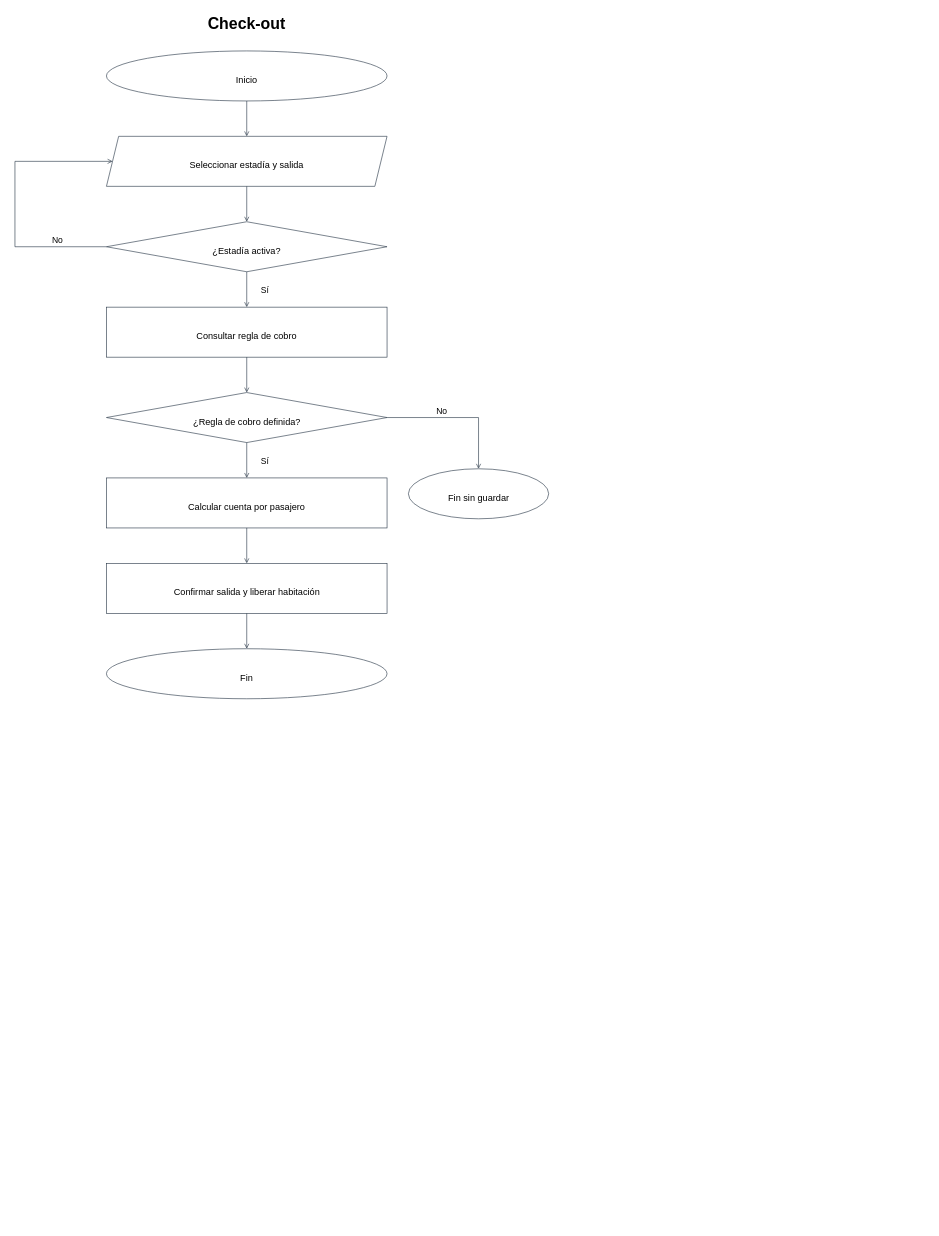
Yutre3/hotel-duerme-bien keeps this draw.io diagram as diagramas-editables/flujo-check-out.drawio. Above is the earlier version. Source tidied: cells renumbered, new cells numbered last; positions are measured from the earlier drawing's top-left corner, leaving out a move shared by most shapes. Both pictures are drawn from the tidied source at 61%, with x=0, y=0 at pixel (15, 10).
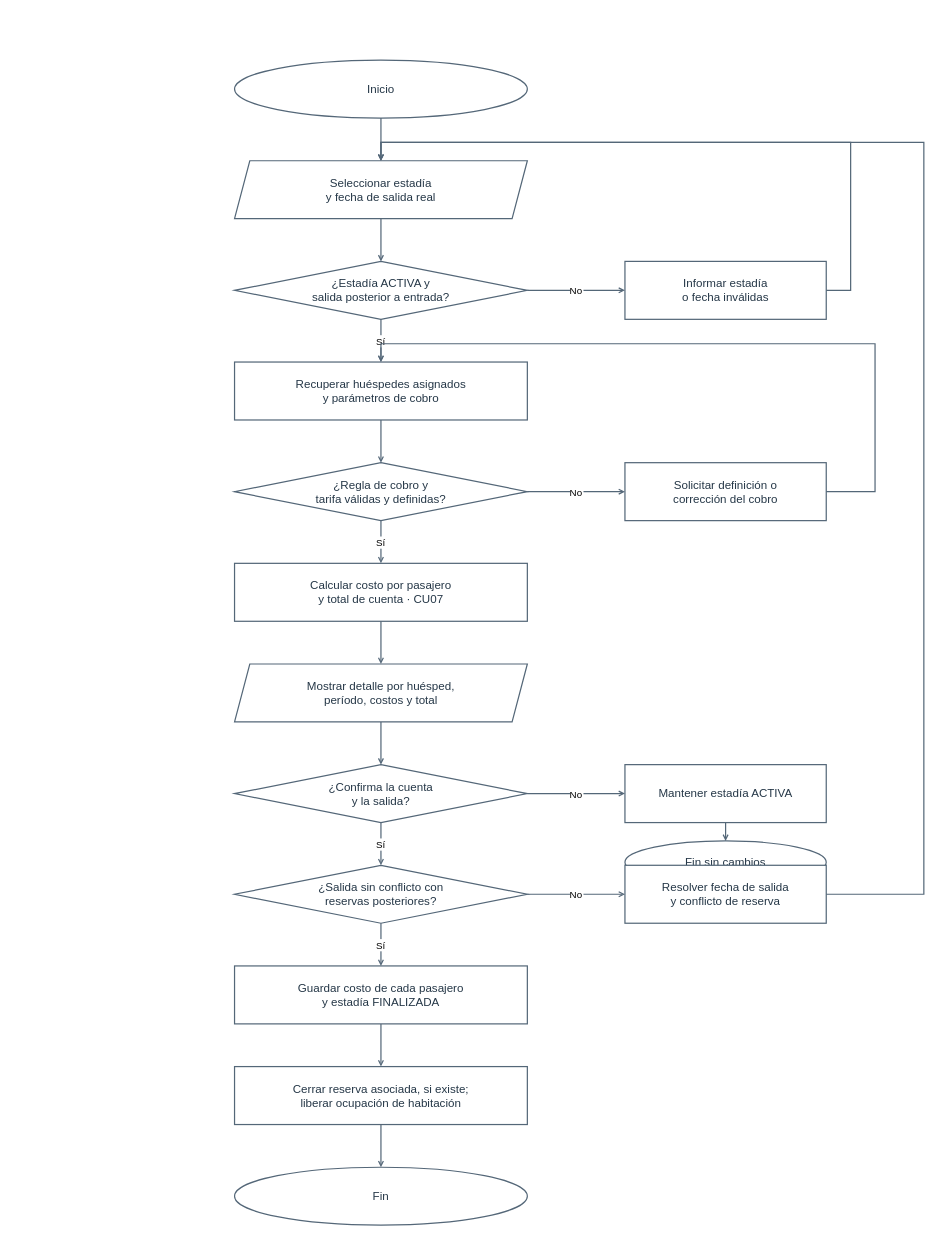
After the change.

The edit, as a diff of the source:
```diff
@@
-    <mxCell id="2" value="Check-out" style="text;html=0;whiteSpace=wrap;strokeColor=none;fillColor=none;align=center;fontSize=26.0;fontStyle=1;" parent="1" vertex="1">
-      <mxGeometry x="309.8" width="140.4" height="36.4" as="geometry" />
-    </mxCell>
-    <mxCell id="3" style="html=0;strokeColor=#263545;fillColor=#ffffff;shape=ellipse;" parent="1" vertex="1">
-      <mxGeometry x="150" y="66" width="460" height="82" as="geometry" />
-    </mxCell>
-    <mxCell id="4" value="Inicio" style="text;html=0;whiteSpace=wrap;strokeColor=none;fillColor=none;align=center;fontSize=15.0;fontStyle=0;" parent="1" vertex="1">
-      <mxGeometry x="353" y="98" width="54" height="21" as="geometry" />
+    <mxCell id="4" value="Inicio" style="ellipse;html=0;whiteSpace=wrap;strokeColor=#546778;strokeWidth=2;fillColor=#ffffff;fontColor=#253747;fontSize=19;" parent="1" vertex="1">
+      <mxGeometry x="360" y="81" width="480" height="95" as="geometry" />
     </mxCell>
-    <mxCell id="5" style="html=0;strokeColor=#263545;endArrow=open;" parent="1" edge="1">
-      <mxGeometry relative="1" as="geometry">
-        <mxPoint x="380" y="148" as="sourcePoint" />
-        <mxPoint x="380" y="206" as="targetPoint" />
-      </mxGeometry>
-    </mxCell>
-    <mxCell id="6" style="html=0;strokeColor=#263545;fillColor=#ffffff;shape=parallelogram;fixedSize=1;size=20;" parent="1" vertex="1">
-      <mxGeometry x="150" y="206" width="460" height="82" as="geometry" />
-    </mxCell>
-    <mxCell id="7" value="Seleccionar estadía y salida" style="text;html=0;whiteSpace=wrap;strokeColor=none;fillColor=none;align=center;fontSize=15.0;fontStyle=0;" parent="1" vertex="1">
-      <mxGeometry x="254" y="238" width="252" height="21" as="geometry" />
-    </mxCell>
-    <mxCell id="8" style="html=0;strokeColor=#263545;endArrow=open;" parent="1" edge="1">
-      <mxGeometry relative="1" as="geometry">
-        <mxPoint x="380" y="288" as="sourcePoint" />
-        <mxPoint x="380" y="346" as="targetPoint" />
-      </mxGeometry>
-    </mxCell>
-    <mxCell id="9" style="html=0;strokeColor=#263545;fillColor=#ffffff;shape=rhombus;" parent="1" vertex="1">
-      <mxGeometry x="150" y="346" width="460" height="82" as="geometry" />
-    </mxCell>
-    <mxCell id="10" value="¿Estadía activa?" style="text;html=0;whiteSpace=wrap;strokeColor=none;fillColor=none;align=center;fontSize=15.0;fontStyle=0;" parent="1" vertex="1">
-      <mxGeometry x="308" y="378" width="144" height="21" as="geometry" />
-    </mxCell>
-    <mxCell id="11" style="html=0;strokeColor=#263545;endArrow=open;" parent="1" edge="1">
-      <mxGeometry relative="1" as="geometry">
-        <mxPoint x="380" y="428" as="sourcePoint" />
-        <mxPoint x="380" y="486" as="targetPoint" />
-      </mxGeometry>
-    </mxCell>
-    <mxCell id="12" value="Sí" style="text;html=0;whiteSpace=wrap;strokeColor=none;fillColor=none;align=center;fontSize=14.0;fontStyle=0;" parent="1" vertex="1">
-      <mxGeometry x="390" y="443" width="40" height="19.6" as="geometry" />
-    </mxCell>
-    <mxCell id="13" style="html=0;strokeColor=#263545;fillColor=#ffffff;shape=rectangle;" parent="1" vertex="1">
-      <mxGeometry x="150" y="486" width="460" height="82" as="geometry" />
-    </mxCell>
-    <mxCell id="14" value="Consultar regla de cobro" style="text;html=0;whiteSpace=wrap;strokeColor=none;fillColor=none;align=center;fontSize=15.0;fontStyle=0;" parent="1" vertex="1">
-      <mxGeometry x="272" y="518" width="216" height="21" as="geometry" />
-    </mxCell>
-    <mxCell id="15" style="html=0;strokeColor=#263545;endArrow=open;" parent="1" edge="1">
-      <mxGeometry relative="1" as="geometry">
-        <mxPoint x="380" y="568" as="sourcePoint" />
-        <mxPoint x="380" y="626" as="targetPoint" />
-      </mxGeometry>
-    </mxCell>
-    <mxCell id="16" style="html=0;strokeColor=#263545;fillColor=#ffffff;shape=rhombus;" parent="1" vertex="1">
-      <mxGeometry x="150" y="626" width="460" height="82" as="geometry" />
-    </mxCell>
-    <mxCell id="17" value="¿Regla de cobro definida?" style="text;html=0;whiteSpace=wrap;strokeColor=none;fillColor=none;align=center;fontSize=15.0;fontStyle=0;" parent="1" vertex="1">
-      <mxGeometry x="267.5" y="658" width="225" height="21" as="geometry" />
-    </mxCell>
-    <mxCell id="18" style="html=0;strokeColor=#263545;endArrow=open;" parent="1" edge="1">
-      <mxGeometry relative="1" as="geometry">
-        <mxPoint x="380" y="708" as="sourcePoint" />
-        <mxPoint x="380" y="766" as="targetPoint" />
-      </mxGeometry>
-    </mxCell>
-    <mxCell id="19" value="Sí" style="text;html=0;whiteSpace=wrap;strokeColor=none;fillColor=none;align=center;fontSize=14.0;fontStyle=0;" parent="1" vertex="1">
-      <mxGeometry x="390" y="723" width="40" height="19.6" as="geometry" />
-    </mxCell>
-    <mxCell id="20" style="html=0;strokeColor=#263545;fillColor=#ffffff;shape=rectangle;" parent="1" vertex="1">
-      <mxGeometry x="150" y="766" width="460" height="82" as="geometry" />
-    </mxCell>
-    <mxCell id="21" value="Calcular cuenta por pasajero" style="text;html=0;whiteSpace=wrap;strokeColor=none;fillColor=none;align=center;fontSize=15.0;fontStyle=0;" parent="1" vertex="1">
-      <mxGeometry x="254" y="798" width="252" height="21" as="geometry" />
-    </mxCell>
-    <mxCell id="22" style="html=0;strokeColor=#263545;endArrow=open;" parent="1" edge="1">
-      <mxGeometry relative="1" as="geometry">
-        <mxPoint x="380" y="848" as="sourcePoint" />
-        <mxPoint x="380" y="906" as="targetPoint" />
-      </mxGeometry>
-    </mxCell>
-    <mxCell id="23" style="html=0;strokeColor=#263545;fillColor=#ffffff;shape=rectangle;" parent="1" vertex="1">
-      <mxGeometry x="150" y="906" width="460" height="82" as="geometry" />
-    </mxCell>
-    <mxCell id="24" value="Confirmar salida y liberar habitación" style="text;html=0;whiteSpace=wrap;strokeColor=none;fillColor=none;align=center;fontSize=15.0;fontStyle=0;" parent="1" vertex="1">
-      <mxGeometry x="213.5" y="938" width="333" height="21" as="geometry" />
-    </mxCell>
-    <mxCell id="25" style="html=0;strokeColor=#263545;endArrow=open;" parent="1" edge="1">
-      <mxGeometry relative="1" as="geometry">
-        <mxPoint x="380" y="988" as="sourcePoint" />
-        <mxPoint x="380" y="1046" as="targetPoint" />
-      </mxGeometry>
-    </mxCell>
-    <mxCell id="26" style="html=0;strokeColor=#263545;fillColor=#ffffff;shape=ellipse;" parent="1" vertex="1">
-      <mxGeometry x="150" y="1046" width="460" height="82" as="geometry" />
-    </mxCell>
+    <mxCell id="37" value="Seleccionar estadía&#10;y fecha de salida real" style="shape=parallelogram;fixedSize=1;size=25;html=0;whiteSpace=wrap;strokeColor=#546778;strokeWidth=2;fillColor=#ffffff;fontColor=#253747;fontSize=19;" parent="1" vertex="1">
+      <mxGeometry x="360" y="246" width="480" height="95" as="geometry" />
+    </mxCell>
+    <mxCell id="38" value="¿Estadía ACTIVA y&#10;salida posterior a entrada?" style="rhombus;html=0;whiteSpace=wrap;strokeColor=#546778;strokeWidth=2;fillColor=#ffffff;fontColor=#253747;fontSize=19;" parent="1" vertex="1">
+      <mxGeometry x="360" y="411" width="480" height="95" as="geometry" />
+    </mxCell>
+    <mxCell id="39" value="Recuperar huéspedes asignados&#10;y parámetros de cobro" style="rounded=0;html=0;whiteSpace=wrap;strokeColor=#546778;strokeWidth=2;fillColor=#ffffff;fontColor=#253747;fontSize=19;" parent="1" vertex="1">
+      <mxGeometry x="360" y="576" width="480" height="95" as="geometry" />
+    </mxCell>
+    <mxCell id="40" value="¿Regla de cobro y&#10;tarifa válidas y definidas?" style="rhombus;html=0;whiteSpace=wrap;strokeColor=#546778;strokeWidth=2;fillColor=#ffffff;fontColor=#253747;fontSize=19;" parent="1" vertex="1">
+      <mxGeometry x="360" y="741" width="480" height="95" as="geometry" />
+    </mxCell>
+    <mxCell id="41" value="Calcular costo por pasajero&#10;y total de cuenta · CU07" style="rounded=0;html=0;whiteSpace=wrap;strokeColor=#546778;strokeWidth=2;fillColor=#ffffff;fontColor=#253747;fontSize=19;" parent="1" vertex="1">
+      <mxGeometry x="360" y="906" width="480" height="95" as="geometry" />
+    </mxCell>
+    <mxCell id="42" value="Mostrar detalle por huésped,&#10;período, costos y total" style="shape=parallelogram;fixedSize=1;size=25;html=0;whiteSpace=wrap;strokeColor=#546778;strokeWidth=2;fillColor=#ffffff;fontColor=#253747;fontSize=19;" parent="1" vertex="1">
+      <mxGeometry x="360" y="1071" width="480" height="95" as="geometry" />
+    </mxCell>
+    <mxCell id="43" value="¿Confirma la cuenta&#10;y la salida?" style="rhombus;html=0;whiteSpace=wrap;strokeColor=#546778;strokeWidth=2;fillColor=#ffffff;fontColor=#253747;fontSize=19;" parent="1" vertex="1">
+      <mxGeometry x="360" y="1236" width="480" height="95" as="geometry" />
+    </mxCell>
+    <mxCell id="44" value="¿Salida sin conflicto con&#10;reservas posteriores?" style="rhombus;html=0;whiteSpace=wrap;strokeColor=#546778;strokeWidth=2;fillColor=#ffffff;fontColor=#253747;fontSize=19;" parent="1" vertex="1">
+      <mxGeometry x="360" y="1401" width="480" height="95" as="geometry" />
+    </mxCell>
+    <mxCell id="45" value="Guardar costo de cada pasajero&#10;y estadía FINALIZADA" style="rounded=0;html=0;whiteSpace=wrap;strokeColor=#546778;strokeWidth=2;fillColor=#ffffff;fontColor=#253747;fontSize=19;" parent="1" vertex="1">
+      <mxGeometry x="360" y="1566" width="480" height="95" as="geometry" />
+    </mxCell>
+    <mxCell id="46" value="Cerrar reserva asociada, si existe;&#10;liberar ocupación de habitación" style="rounded=0;html=0;whiteSpace=wrap;strokeColor=#546778;strokeWidth=2;fillColor=#ffffff;fontColor=#253747;fontSize=19;" parent="1" vertex="1">
+      <mxGeometry x="360" y="1731" width="480" height="95" as="geometry" />
+    </mxCell>
-    <mxCell id="27" value="Fin" style="text;html=0;whiteSpace=wrap;strokeColor=none;fillColor=none;align=center;fontSize=15.0;fontStyle=0;" parent="1" vertex="1">
-      <mxGeometry x="360" y="1078" width="40" height="21" as="geometry" />
+    <mxCell id="27" value="Fin" style="ellipse;html=0;whiteSpace=wrap;strokeColor=#546778;strokeWidth=2;fillColor=#ffffff;fontColor=#253747;fontSize=19;" parent="1" vertex="1">
+      <mxGeometry x="360" y="1896" width="480" height="95" as="geometry" />
     </mxCell>
-    <mxCell id="28" style="html=0;strokeColor=#263545;endArrow=none;" parent="1" edge="1">
-      <mxGeometry relative="1" as="geometry">
-        <mxPoint x="150" y="387" as="sourcePoint" />
-        <mxPoint y="387" as="targetPoint" />
-      </mxGeometry>
-    </mxCell>
-    <mxCell id="29" style="html=0;strokeColor=#263545;endArrow=none;" parent="1" edge="1">
-      <mxGeometry relative="1" as="geometry">
-        <mxPoint y="387" as="sourcePoint" />
-        <mxPoint y="247" as="targetPoint" />
-      </mxGeometry>
-    </mxCell>
-    <mxCell id="30" style="html=0;strokeColor=#263545;endArrow=open;" parent="1" edge="1">
-      <mxGeometry relative="1" as="geometry">
-        <mxPoint y="247" as="sourcePoint" />
-        <mxPoint x="160" y="247" as="targetPoint" />
-      </mxGeometry>
-    </mxCell>
-    <mxCell id="31" value="No" style="text;html=0;whiteSpace=wrap;strokeColor=none;fillColor=none;align=center;fontSize=14.0;fontStyle=0;" parent="1" vertex="1">
-      <mxGeometry x="50" y="361" width="40" height="19.6" as="geometry" />
-    </mxCell>
-    <mxCell id="32" style="html=0;strokeColor=#263545;endArrow=none;" parent="1" edge="1">
-      <mxGeometry relative="1" as="geometry">
-        <mxPoint x="610" y="667" as="sourcePoint" />
-        <mxPoint x="760" y="667" as="targetPoint" />
-      </mxGeometry>
-    </mxCell>
-    <mxCell id="33" style="html=0;strokeColor=#263545;endArrow=open;" parent="1" edge="1">
-      <mxGeometry relative="1" as="geometry">
-        <mxPoint x="760" y="667" as="sourcePoint" />
-        <mxPoint x="760" y="751" as="targetPoint" />
-      </mxGeometry>
-    </mxCell>
-    <mxCell id="34" value="No" style="text;html=0;whiteSpace=wrap;strokeColor=none;fillColor=none;align=center;fontSize=14.0;fontStyle=0;" parent="1" vertex="1">
-      <mxGeometry x="680" y="641" width="40" height="19.6" as="geometry" />
-    </mxCell>
-    <mxCell id="35" style="html=0;strokeColor=#263545;fillColor=#ffffff;shape=ellipse;" parent="1" vertex="1">
-      <mxGeometry x="645" y="751" width="230" height="82" as="geometry" />
-    </mxCell>
-    <mxCell id="36" value="Fin sin guardar" style="text;html=0;whiteSpace=wrap;strokeColor=none;fillColor=none;align=center;fontSize=15.0;fontStyle=0;" parent="1" vertex="1">
-      <mxGeometry x="692.5" y="783" width="135" height="21" as="geometry" />
-    </mxCell>
+    <mxCell id="47" value="Informar estadía&#10;o fecha inválidas" style="rounded=0;html=0;whiteSpace=wrap;strokeColor=#546778;strokeWidth=2;fillColor=#ffffff;fontColor=#253747;fontSize=19;" parent="1" vertex="1">
+      <mxGeometry x="1000" y="411" width="330" height="95" as="geometry" />
+    </mxCell>
+    <mxCell id="48" value="Solicitar definición o&#10;corrección del cobro" style="rounded=0;html=0;whiteSpace=wrap;strokeColor=#546778;strokeWidth=2;fillColor=#ffffff;fontColor=#253747;fontSize=19;" parent="1" vertex="1">
+      <mxGeometry x="1000" y="741" width="330" height="95" as="geometry" />
+    </mxCell>
+    <mxCell id="49" value="Mantener estadía ACTIVA" style="rounded=0;html=0;whiteSpace=wrap;strokeColor=#546778;strokeWidth=2;fillColor=#ffffff;fontColor=#253747;fontSize=19;" parent="1" vertex="1">
+      <mxGeometry x="1000" y="1236" width="330" height="95" as="geometry" />
+    </mxCell>
+    <mxCell id="50" value="Fin sin cambios" style="ellipse;html=0;whiteSpace=wrap;strokeColor=#546778;strokeWidth=2;fillColor=#ffffff;fontColor=#253747;fontSize=19;" parent="1" vertex="1">
+      <mxGeometry x="1000" y="1361" width="330" height="70" as="geometry" />
+    </mxCell>
+    <mxCell id="51" value="Resolver fecha de salida&#10;y conflicto de reserva" style="rounded=0;html=0;whiteSpace=wrap;strokeColor=#546778;strokeWidth=2;fillColor=#ffffff;fontColor=#253747;fontSize=19;" parent="1" vertex="1">
+      <mxGeometry x="1000" y="1401" width="330" height="95" as="geometry" />
+    </mxCell>
+    <mxCell id="52" style="html=0;edgeStyle=none;rounded=0;strokeWidth=2;strokeColor=#546778;fontSize=16;endArrow=open;endFill=0;startArrow=none;startFill=0;exitX=0.5;exitY=1;exitPerimeter=0;entryX=0.5;entryY=0;entryPerimeter=0;" parent="1" edge="1" source="4" target="37">
+      <mxGeometry relative="1" as="geometry" />
+    </mxCell>
+    <mxCell id="53" style="html=0;edgeStyle=none;rounded=0;strokeWidth=2;strokeColor=#546778;fontSize=16;endArrow=open;endFill=0;startArrow=none;startFill=0;exitX=0.5;exitY=1;exitPerimeter=0;entryX=0.5;entryY=0;entryPerimeter=0;" parent="1" edge="1" source="37" target="38">
+      <mxGeometry relative="1" as="geometry" />
+    </mxCell>
+    <mxCell id="54" value="Sí" style="html=0;edgeStyle=none;rounded=0;strokeWidth=2;strokeColor=#546778;fontSize=16;endArrow=open;endFill=0;startArrow=none;startFill=0;exitX=0.5;exitY=1;exitPerimeter=0;entryX=0.5;entryY=0;entryPerimeter=0;" parent="1" edge="1" source="38" target="39">
+      <mxGeometry relative="1" as="geometry" />
+    </mxCell>
+    <mxCell id="55" style="html=0;edgeStyle=none;rounded=0;strokeWidth=2;strokeColor=#546778;fontSize=16;endArrow=open;endFill=0;startArrow=none;startFill=0;exitX=0.5;exitY=1;exitPerimeter=0;entryX=0.5;entryY=0;entryPerimeter=0;" parent="1" edge="1" source="39" target="40">
+      <mxGeometry relative="1" as="geometry" />
+    </mxCell>
+    <mxCell id="56" value="Sí" style="html=0;edgeStyle=none;rounded=0;strokeWidth=2;strokeColor=#546778;fontSize=16;endArrow=open;endFill=0;startArrow=none;startFill=0;exitX=0.5;exitY=1;exitPerimeter=0;entryX=0.5;entryY=0;entryPerimeter=0;" parent="1" edge="1" source="40" target="41">
+      <mxGeometry relative="1" as="geometry" />
+    </mxCell>
+    <mxCell id="57" style="html=0;edgeStyle=none;rounded=0;strokeWidth=2;strokeColor=#546778;fontSize=16;endArrow=open;endFill=0;startArrow=none;startFill=0;exitX=0.5;exitY=1;exitPerimeter=0;entryX=0.5;entryY=0;entryPerimeter=0;" parent="1" edge="1" source="41" target="42">
+      <mxGeometry relative="1" as="geometry" />
+    </mxCell>
+    <mxCell id="58" style="html=0;edgeStyle=none;rounded=0;strokeWidth=2;strokeColor=#546778;fontSize=16;endArrow=open;endFill=0;startArrow=none;startFill=0;exitX=0.5;exitY=1;exitPerimeter=0;entryX=0.5;entryY=0;entryPerimeter=0;" parent="1" edge="1" source="42" target="43">
+      <mxGeometry relative="1" as="geometry" />
+    </mxCell>
+    <mxCell id="59" value="Sí" style="html=0;edgeStyle=none;rounded=0;strokeWidth=2;strokeColor=#546778;fontSize=16;endArrow=open;endFill=0;startArrow=none;startFill=0;exitX=0.5;exitY=1;exitPerimeter=0;entryX=0.5;entryY=0;entryPerimeter=0;" parent="1" edge="1" source="43" target="44">
+      <mxGeometry relative="1" as="geometry" />
+    </mxCell>
+    <mxCell id="60" value="Sí" style="html=0;edgeStyle=none;rounded=0;strokeWidth=2;strokeColor=#546778;fontSize=16;endArrow=open;endFill=0;startArrow=none;startFill=0;exitX=0.5;exitY=1;exitPerimeter=0;entryX=0.5;entryY=0;entryPerimeter=0;" parent="1" edge="1" source="44" target="45">
+      <mxGeometry relative="1" as="geometry" />
+    </mxCell>
+    <mxCell id="61" style="html=0;edgeStyle=none;rounded=0;strokeWidth=2;strokeColor=#546778;fontSize=16;endArrow=open;endFill=0;startArrow=none;startFill=0;exitX=0.5;exitY=1;exitPerimeter=0;entryX=0.5;entryY=0;entryPerimeter=0;" parent="1" edge="1" source="45" target="46">
+      <mxGeometry relative="1" as="geometry" />
+    </mxCell>
+    <mxCell id="62" style="html=0;edgeStyle=none;rounded=0;strokeWidth=2;strokeColor=#546778;fontSize=16;endArrow=open;endFill=0;startArrow=none;startFill=0;exitX=0.5;exitY=1;exitPerimeter=0;entryX=0.5;entryY=0;entryPerimeter=0;" parent="1" edge="1" source="46" target="27">
+      <mxGeometry relative="1" as="geometry" />
+    </mxCell>
+    <mxCell id="63" value="No" style="html=0;edgeStyle=none;rounded=0;strokeWidth=2;strokeColor=#546778;fontSize=16;endArrow=open;endFill=0;startArrow=none;startFill=0;exitX=1;exitY=0.5;exitPerimeter=0;entryX=0;entryY=0.5;entryPerimeter=0;" parent="1" edge="1" source="38" target="47">
+      <mxGeometry relative="1" as="geometry" />
+    </mxCell>
+    <mxCell id="64" style="html=0;edgeStyle=none;rounded=0;strokeWidth=2;strokeColor=#546778;fontSize=16;endArrow=open;endFill=0;startArrow=none;startFill=0;exitX=1;exitY=0.5;exitPerimeter=0;entryX=0.5;entryY=0;entryPerimeter=0;" parent="1" edge="1" source="47" target="37">
+      <mxGeometry relative="1" as="geometry">
+        <Array as="points">
+          <mxPoint x="1370" y="458.5" />
+          <mxPoint x="1370" y="216" />
+          <mxPoint x="600" y="216" />
+        </Array>
+      </mxGeometry>
+    </mxCell>
+    <mxCell id="65" value="No" style="html=0;edgeStyle=none;rounded=0;strokeWidth=2;strokeColor=#546778;fontSize=16;endArrow=open;endFill=0;startArrow=none;startFill=0;exitX=1;exitY=0.5;exitPerimeter=0;entryX=0;entryY=0.5;entryPerimeter=0;" parent="1" edge="1" source="40" target="48">
+      <mxGeometry relative="1" as="geometry" />
+    </mxCell>
+    <mxCell id="66" style="html=0;edgeStyle=none;rounded=0;strokeWidth=2;strokeColor=#546778;fontSize=16;endArrow=open;endFill=0;startArrow=none;startFill=0;exitX=1;exitY=0.5;exitPerimeter=0;entryX=0.5;entryY=0;entryPerimeter=0;" parent="1" edge="1" source="48" target="39">
+      <mxGeometry relative="1" as="geometry">
+        <Array as="points">
+          <mxPoint x="1410" y="788.5" />
+          <mxPoint x="1410" y="546" />
+          <mxPoint x="600" y="546" />
+        </Array>
+      </mxGeometry>
+    </mxCell>
+    <mxCell id="67" value="No" style="html=0;edgeStyle=none;rounded=0;strokeWidth=2;strokeColor=#546778;fontSize=16;endArrow=open;endFill=0;startArrow=none;startFill=0;exitX=1;exitY=0.5;exitPerimeter=0;entryX=0;entryY=0.5;entryPerimeter=0;" parent="1" edge="1" source="43" target="49">
+      <mxGeometry relative="1" as="geometry" />
+    </mxCell>
+    <mxCell id="68" style="html=0;edgeStyle=none;rounded=0;strokeWidth=2;strokeColor=#546778;fontSize=16;endArrow=open;endFill=0;startArrow=none;startFill=0;exitX=0.5;exitY=1;exitPerimeter=0;entryX=0.5;entryY=0;entryPerimeter=0;" parent="1" edge="1" source="49" target="50">
+      <mxGeometry relative="1" as="geometry" />
+    </mxCell>
+    <mxCell id="69" value="No" style="html=0;edgeStyle=none;rounded=0;strokeWidth=2;strokeColor=#546778;fontSize=16;endArrow=open;endFill=0;startArrow=none;startFill=0;exitX=1;exitY=0.5;exitPerimeter=0;entryX=0;entryY=0.5;entryPerimeter=0;" parent="1" edge="1" source="44" target="51">
+      <mxGeometry relative="1" as="geometry" />
+    </mxCell>
+    <mxCell id="70" style="html=0;edgeStyle=none;rounded=0;strokeWidth=2;strokeColor=#546778;fontSize=16;endArrow=open;endFill=0;startArrow=none;startFill=0;exitX=1;exitY=0.5;exitPerimeter=0;entryX=0.5;entryY=0;entryPerimeter=0;" parent="1" edge="1" source="51" target="37">
+      <mxGeometry relative="1" as="geometry">
+        <Array as="points">
+          <mxPoint x="1490" y="1448.5" />
+          <mxPoint x="1490" y="216" />
+          <mxPoint x="600" y="216" />
+        </Array>
+      </mxGeometry>
+    </mxCell>
```
